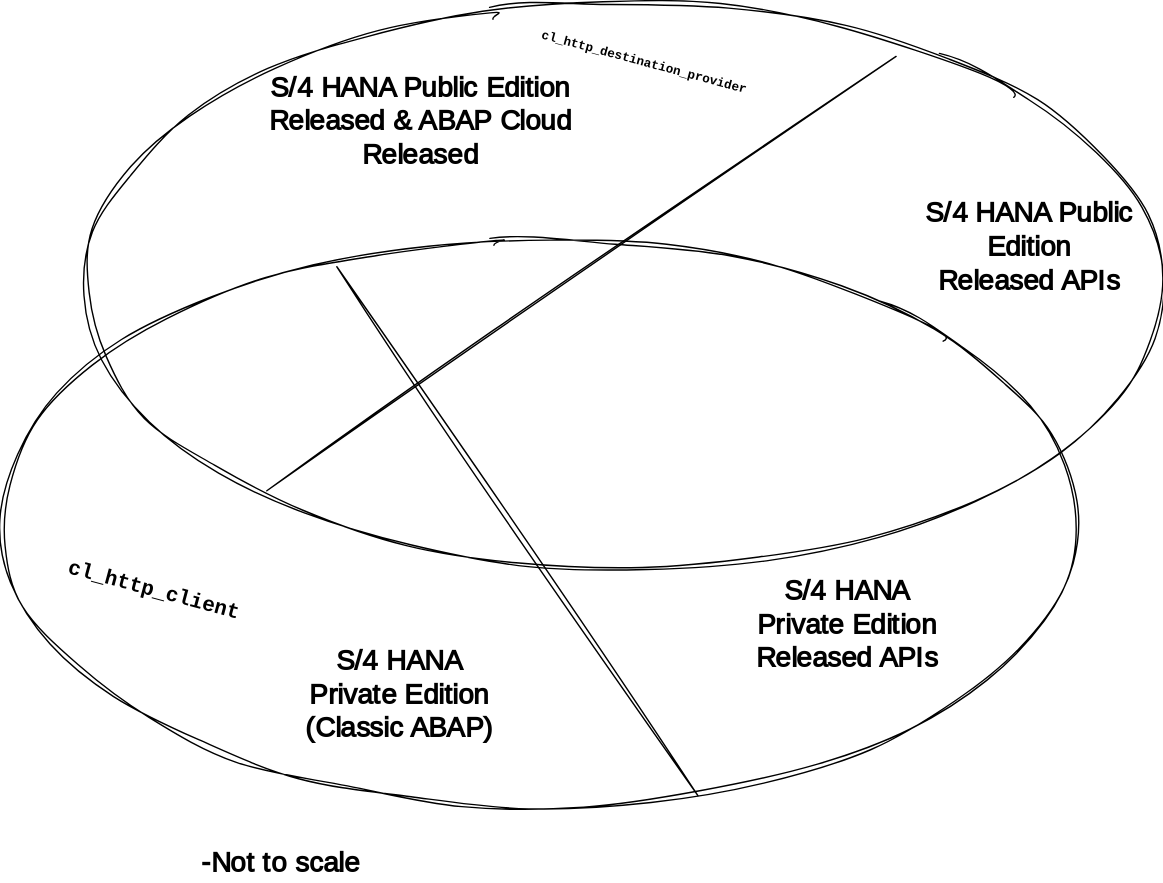
Before: img/foo2.drawio.svg, a diagram exported from draw.io (larshp/venn). Source tidied: cells renumbered, new cells last; positions are measured from the earlier drawing's top-left corner, leaving out a move shared by most shapes. Source of this version:
```xml
<mxGraphModel background="#ffffff">
  <root>
    <mxCell id="0" />
    <mxCell id="1" parent="0" />
    <mxCell id="2" style="ellipse;whiteSpace=wrap;html=1;sketch=1;hachureGap=4;jiggle=2;curveFitting=1;fontFamily=Architects Daughter;fontSource=https%3A%2F%2Ffonts.googleapis.com%2Fcss%3Ffamily%3DArchitects%2BDaughter;fontSize=20;fillColor=none;fontColor=#000000;strokeColor=#000000;fontStyle=1;" parent="1" vertex="1">
      <mxGeometry y="170" width="770" height="406.2" as="geometry" />
    </mxCell>
    <mxCell id="3" value="&lt;h5&gt;&lt;span style=&quot;font-size: 20px;&quot;&gt;S/4 HANA Private Edition&lt;br&gt;Released APIs&lt;/span&gt;&lt;/h5&gt;" style="text;html=1;strokeColor=none;fillColor=none;align=center;verticalAlign=middle;whiteSpace=wrap;rounded=0;sketch=1;hachureGap=4;jiggle=2;curveFitting=1;fontFamily=Architects Daughter;fontSource=https%3A%2F%2Ffonts.googleapis.com%2Fcss%3Ffamily%3DArchitects%2BDaughter;fontSize=20;rotation=0;fontColor=#000000;fontStyle=1;" parent="1" vertex="1">
      <mxGeometry x="530" y="430" width="150" height="30" as="geometry" />
    </mxCell>
    <mxCell id="4" value="&lt;h5&gt;&lt;span style=&quot;font-size: 20px;&quot;&gt;S/4 HANA Private Edition&lt;br&gt;(Classic ABAP)&lt;/span&gt;&lt;/h5&gt;" style="text;html=1;strokeColor=none;fillColor=none;align=center;verticalAlign=middle;whiteSpace=wrap;rounded=0;sketch=1;hachureGap=4;jiggle=2;curveFitting=1;fontFamily=Architects Daughter;fontSource=https%3A%2F%2Ffonts.googleapis.com%2Fcss%3Ffamily%3DArchitects%2BDaughter;fontSize=20;rotation=0;fontColor=#000000;fontStyle=1;" parent="1" vertex="1">
      <mxGeometry x="210" y="480" width="150" height="30" as="geometry" />
    </mxCell>
    <mxCell id="5" style="edgeStyle=none;sketch=1;hachureGap=4;jiggle=2;curveFitting=1;html=1;exitX=0.234;exitY=0.468;exitDx=0;exitDy=0;entryX=0.647;entryY=0.98;entryDx=0;entryDy=0;fontFamily=Architects Daughter;fontSource=https%3A%2F%2Ffonts.googleapis.com%2Fcss%3Ffamily%3DArchitects%2BDaughter;fontSize=16;strokeColor=#000000;endArrow=none;endFill=0;exitPerimeter=0;entryPerimeter=0;" parent="1" edge="1" source="6" target="2">
      <mxGeometry relative="1" as="geometry" />
    </mxCell>
    <mxCell id="6" style="ellipse;whiteSpace=wrap;html=1;sketch=1;hachureGap=4;jiggle=2;curveFitting=1;fontFamily=Architects Daughter;fontSource=https%3A%2F%2Ffonts.googleapis.com%2Fcss%3Ffamily%3DArchitects%2BDaughter;fontSize=20;fillColor=none;fontColor=#000000;strokeColor=#000000;fontStyle=1;" parent="1" vertex="1">
      <mxGeometry x="60" width="770" height="406.2" as="geometry" />
    </mxCell>
    <mxCell id="7" value="&lt;h5&gt;&lt;span style=&quot;font-size: 20px;&quot;&gt;S/4 HANA Public Edition&lt;br&gt;Released APIs&lt;/span&gt;&lt;/h5&gt;" style="text;html=1;strokeColor=none;fillColor=none;align=center;verticalAlign=middle;whiteSpace=wrap;rounded=0;sketch=1;hachureGap=4;jiggle=2;curveFitting=1;fontFamily=Architects Daughter;fontSource=https%3A%2F%2Ffonts.googleapis.com%2Fcss%3Ffamily%3DArchitects%2BDaughter;fontSize=20;rotation=0;fontColor=#000000;fontStyle=1;" parent="1" vertex="1">
      <mxGeometry x="660" y="160" width="150" height="30" as="geometry" />
    </mxCell>
    <mxCell id="8" value="&lt;h5&gt;&lt;span style=&quot;font-size: 20px;&quot;&gt;S/4 HANA Public Edition Released &amp;amp; ABAP Cloud Released&lt;/span&gt;&lt;/h5&gt;" style="text;html=1;strokeColor=none;fillColor=none;align=center;verticalAlign=middle;whiteSpace=wrap;rounded=0;sketch=1;hachureGap=4;jiggle=2;curveFitting=1;fontFamily=Architects Daughter;fontSource=https%3A%2F%2Ffonts.googleapis.com%2Fcss%3Ffamily%3DArchitects%2BDaughter;fontSize=20;rotation=0;fontColor=#000000;fontStyle=1;" parent="1" vertex="1">
      <mxGeometry x="190" y="70" width="220" height="30" as="geometry" />
    </mxCell>
    <mxCell id="9" value="&lt;font face=&quot;Courier New&quot; style=&quot;font-size: 15px;&quot;&gt;cl_http_client&lt;/font&gt;" style="text;html=1;strokeColor=none;fillColor=none;align=center;verticalAlign=middle;whiteSpace=wrap;rounded=0;sketch=1;hachureGap=4;jiggle=2;curveFitting=1;fontFamily=Architects Daughter;fontSource=https%3A%2F%2Ffonts.googleapis.com%2Fcss%3Ffamily%3DArchitects%2BDaughter;fontSize=15;rotation=15;fontColor=#000000;fontStyle=1;" parent="1" vertex="1">
      <mxGeometry x="80" y="406.2" width="60" height="30" as="geometry" />
    </mxCell>
    <mxCell id="10" value="&lt;span style=&quot;text-align: start; background-color: rgba(255, 255, 255, 0.03); font-size: 9px;&quot;&gt;cl_http_destination_provider&lt;/span&gt;" style="text;html=1;strokeColor=none;fillColor=none;align=center;verticalAlign=middle;whiteSpace=wrap;rounded=0;sketch=1;hachureGap=4;jiggle=2;curveFitting=1;fontFamily=Courier New;fontSize=9;rotation=15;fontColor=#000000;fontStyle=1;" parent="1" vertex="1">
      <mxGeometry x="430" y="30" width="60" height="30" as="geometry" />
    </mxCell>
    <mxCell id="11" style="endArrow=none;html=1;sketch=1;hachureGap=4;jiggle=2;curveFitting=1;strokeColor=#000000;fontFamily=Architects Daughter;fontSource=https%3A%2F%2Ffonts.googleapis.com%2Fcss%3Ffamily%3DArchitects%2BDaughter;fontSize=16;entryX=0.753;entryY=0.098;entryDx=0;entryDy=0;entryPerimeter=0;exitX=0.169;exitY=0.862;exitDx=0;exitDy=0;exitPerimeter=0;" parent="1" edge="1" source="6" target="6">
      <mxGeometry relative="1" as="geometry" />
    </mxCell>
    <mxCell id="12" value="-Not to scale" style="text;html=1;strokeColor=none;fillColor=none;align=center;verticalAlign=middle;whiteSpace=wrap;rounded=0;sketch=1;hachureGap=4;jiggle=2;curveFitting=1;fontFamily=Architects Daughter;fontSource=https%3A%2F%2Ffonts.googleapis.com%2Fcss%3Ffamily%3DArchitects%2BDaughter;fontSize=20;fontStyle=1;fontColor=#000000;" parent="1" vertex="1">
      <mxGeometry y="600" width="400" height="30" as="geometry" />
    </mxCell>
  </root>
</mxGraphModel>
```
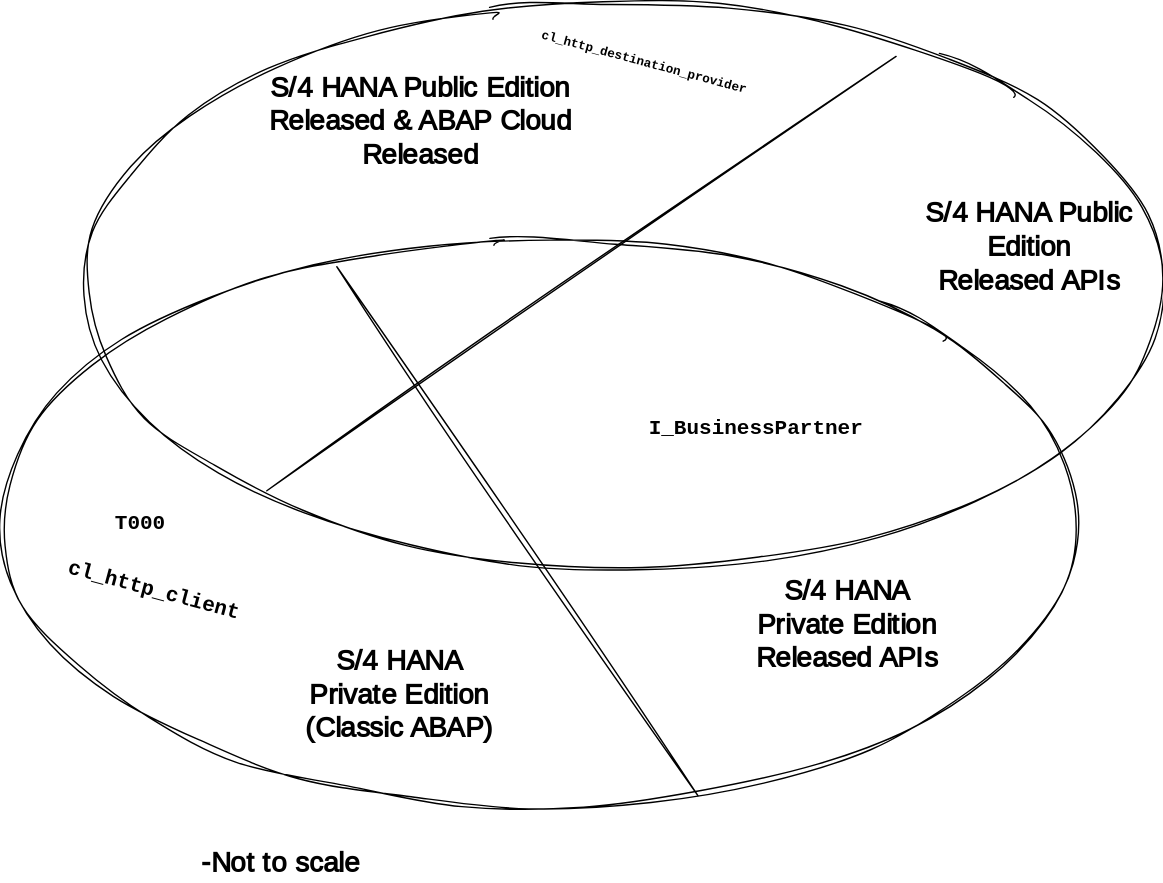
The same file after the commit.

The edit, as a diff of the source:
```diff
@@ -35,5 +35,11 @@
     <mxCell id="12" value="-Not to scale" style="text;html=1;strokeColor=none;fillColor=none;align=center;verticalAlign=middle;whiteSpace=wrap;rounded=0;sketch=1;hachureGap=4;jiggle=2;curveFitting=1;fontFamily=Architects Daughter;fontSource=https%3A%2F%2Ffonts.googleapis.com%2Fcss%3Ffamily%3DArchitects%2BDaughter;fontSize=20;fontStyle=1;fontColor=#000000;" parent="1" vertex="1">
       <mxGeometry y="600" width="400" height="30" as="geometry" />
     </mxCell>
+    <mxCell id="13" value="&lt;font face=&quot;Courier New&quot;&gt;T000&lt;/font&gt;" style="text;html=1;strokeColor=none;fillColor=none;align=center;verticalAlign=middle;whiteSpace=wrap;rounded=0;sketch=1;hachureGap=4;jiggle=2;curveFitting=1;fontFamily=Architects Daughter;fontSource=https%3A%2F%2Ffonts.googleapis.com%2Fcss%3Ffamily%3DArchitects%2BDaughter;fontSize=15;rotation=0;fontColor=#000000;fontStyle=1;" parent="1" vertex="1">
+      <mxGeometry x="70" y="358.1" width="60" height="30" as="geometry" />
+    </mxCell>
+    <mxCell id="14" value="&lt;font face=&quot;Courier New&quot;&gt;I_BusinessPartner&lt;/font&gt;" style="text;html=1;strokeColor=none;fillColor=none;align=center;verticalAlign=middle;whiteSpace=wrap;rounded=0;sketch=1;hachureGap=4;jiggle=2;curveFitting=1;fontFamily=Architects Daughter;fontSource=https%3A%2F%2Ffonts.googleapis.com%2Fcss%3Ffamily%3DArchitects%2BDaughter;fontSize=15;rotation=0;fontColor=#000000;fontStyle=1;" parent="1" vertex="1">
+      <mxGeometry x="510" y="290" width="60" height="30" as="geometry" />
+    </mxCell>
   </root>
 </mxGraphModel>
```
